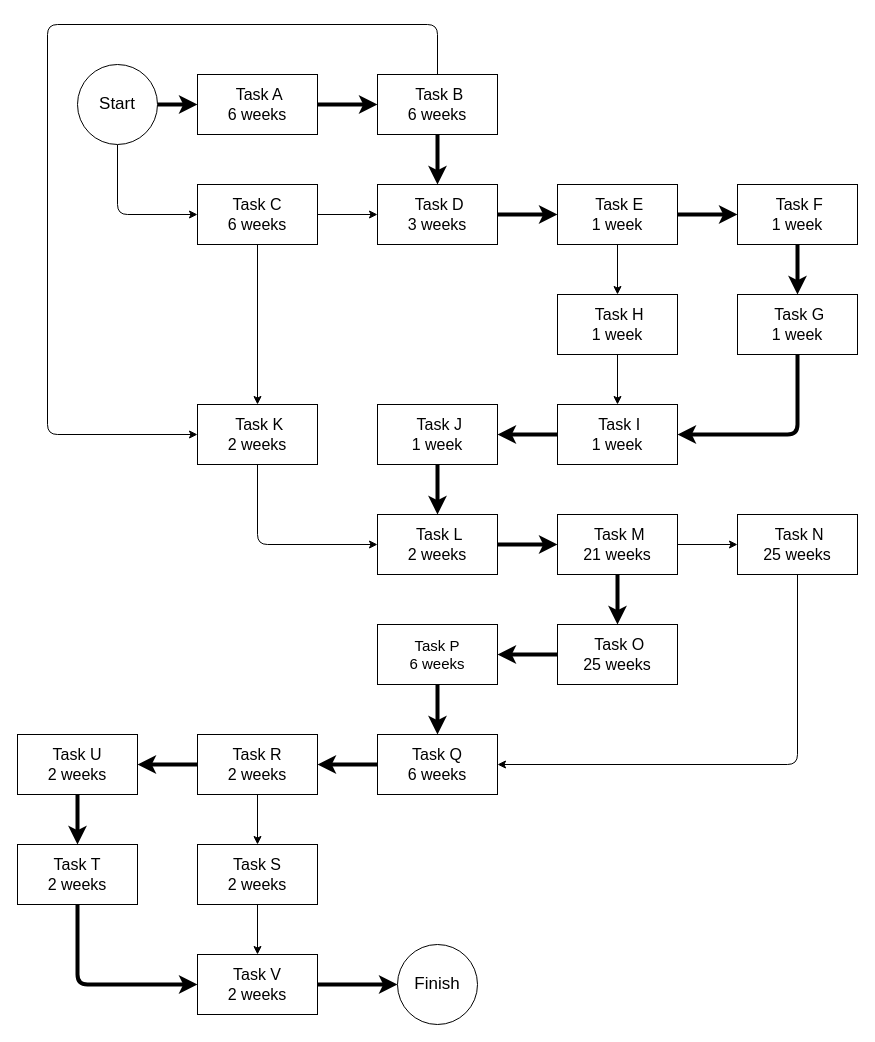
This is DOCS/Diagrams/drawio/Critical Path Method.drawio from alexxGmZ/MenuMaApp, a draw.io file, before an edit. Source tidied: cells renumbered, new cells numbered last; positions are measured from the earlier drawing's top-left corner, leaving out a move shared by most shapes. Both pictures are drawn from the tidied source at 100%, with x=0, y=0 at pixel (17, 24).
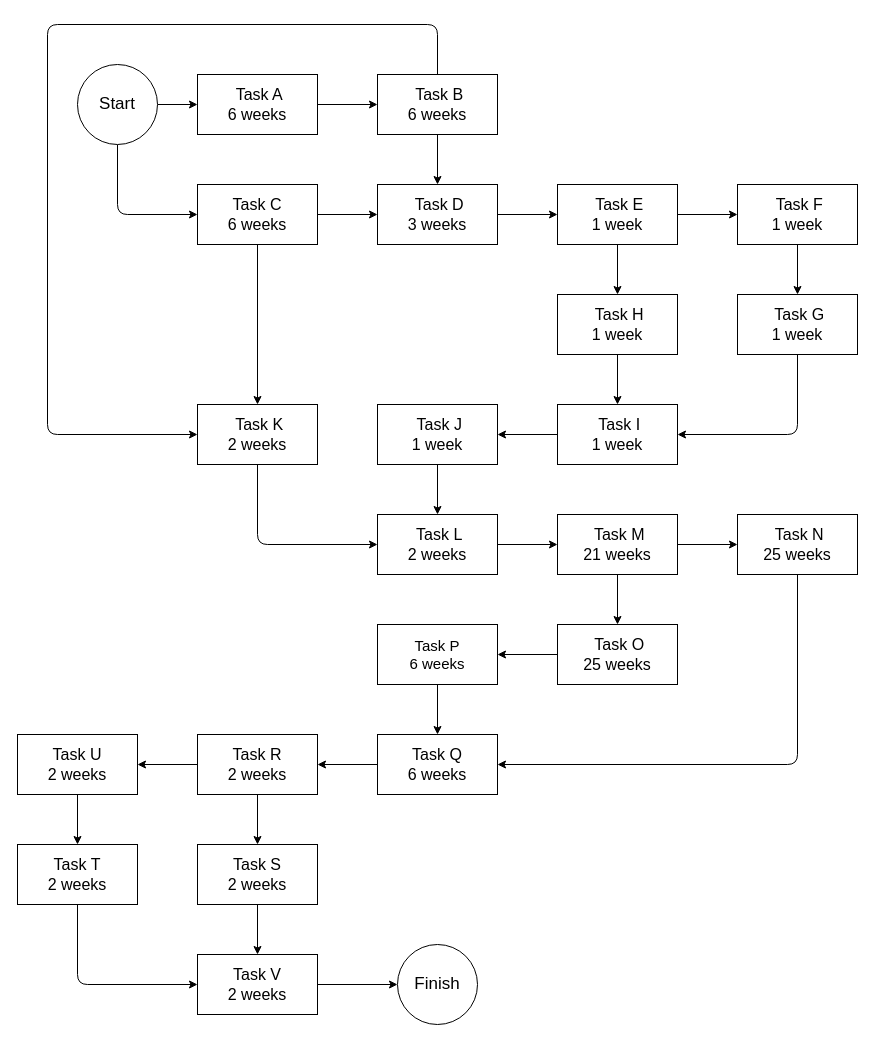
After the change.

Commit message:
diagram(cpm): revert line width to 1

The change refers to these unchanged cells:
```xml
<mxCell id="4" value="&lt;font style=&quot;font-size: 17px;&quot;&gt;Start&lt;/font&gt;" style="ellipse;whiteSpace=wrap;html=1;" parent="1" vertex="1">
  <mxGeometry x="60" y="40" width="80" height="80" as="geometry" />
</mxCell>
<mxCell id="5" value="&lt;font style=&quot;font-size: 17px;&quot;&gt;Finish&lt;/font&gt;" style="ellipse;whiteSpace=wrap;html=1;" parent="1" vertex="1">
  <mxGeometry x="380" y="920" width="80" height="80" as="geometry" />
</mxCell>
<mxCell id="7" value="&amp;nbsp;Task A&lt;br style=&quot;font-size: 16px;&quot;&gt;6 weeks" style="rounded=0;whiteSpace=wrap;html=1;fontSize=16;" parent="1" vertex="1">
  <mxGeometry x="180" y="50" width="120" height="60" as="geometry" />
</mxCell>
<mxCell id="13" value="&amp;nbsp;Task B&lt;br style=&quot;font-size: 16px;&quot;&gt;6 weeks" style="rounded=0;whiteSpace=wrap;html=1;fontSize=16;" parent="1" vertex="1">
  <mxGeometry x="360" y="50" width="120" height="60" as="geometry" />
</mxCell>
<mxCell id="15" value="&amp;nbsp;Task D&lt;br style=&quot;font-size: 16px;&quot;&gt;3 weeks" style="rounded=0;whiteSpace=wrap;html=1;fontSize=16;" parent="1" vertex="1">
  <mxGeometry x="360" y="160" width="120" height="60" as="geometry" />
</mxCell>
<mxCell id="18" value="&amp;nbsp;Task E&lt;br style=&quot;font-size: 16px;&quot;&gt;1 week" style="rounded=0;whiteSpace=wrap;html=1;fontSize=16;" parent="1" vertex="1">
  <mxGeometry x="540" y="160" width="120" height="60" as="geometry" />
</mxCell>
<mxCell id="20" value="&amp;nbsp;Task F&lt;br style=&quot;font-size: 16px;&quot;&gt;1 week" style="rounded=0;whiteSpace=wrap;html=1;fontSize=16;" parent="1" vertex="1">
  <mxGeometry x="720" y="160" width="120" height="60" as="geometry" />
</mxCell>
<mxCell id="22" value="&amp;nbsp;Task G&lt;br style=&quot;font-size: 16px;&quot;&gt;1 week" style="rounded=0;whiteSpace=wrap;html=1;fontSize=16;" parent="1" vertex="1">
  <mxGeometry x="720" y="270" width="120" height="60" as="geometry" />
</mxCell>
<mxCell id="26" value="&amp;nbsp;Task I&lt;br style=&quot;font-size: 16px;&quot;&gt;1 week" style="rounded=0;whiteSpace=wrap;html=1;fontSize=16;" parent="1" vertex="1">
  <mxGeometry x="540" y="380" width="120" height="60" as="geometry" />
</mxCell>
<mxCell id="28" value="&amp;nbsp;Task J&lt;br style=&quot;font-size: 16px;&quot;&gt;1 week" style="rounded=0;whiteSpace=wrap;html=1;fontSize=16;" parent="1" vertex="1">
  <mxGeometry x="360" y="380" width="120" height="60" as="geometry" />
</mxCell>
<mxCell id="32" value="&amp;nbsp;Task L&lt;br style=&quot;font-size: 16px;&quot;&gt;2 weeks" style="rounded=0;whiteSpace=wrap;html=1;fontSize=16;" parent="1" vertex="1">
  <mxGeometry x="360" y="490" width="120" height="60" as="geometry" />
</mxCell>
<mxCell id="35" value="&amp;nbsp;Task M&lt;br style=&quot;font-size: 16px;&quot;&gt;21 weeks" style="rounded=0;whiteSpace=wrap;html=1;fontSize=16;" parent="1" vertex="1">
  <mxGeometry x="540" y="490" width="120" height="60" as="geometry" />
</mxCell>
<mxCell id="39" value="&amp;nbsp;Task O&lt;br style=&quot;font-size: 16px;&quot;&gt;25 weeks" style="rounded=0;whiteSpace=wrap;html=1;fontSize=16;" parent="1" vertex="1">
  <mxGeometry x="540" y="600" width="120" height="60" as="geometry" />
</mxCell>
<mxCell id="41" value="&lt;font style=&quot;font-size: 15px;&quot;&gt;Task P&lt;br&gt;6 weeks&lt;/font&gt;" style="rounded=0;whiteSpace=wrap;html=1;" parent="1" vertex="1">
  <mxGeometry x="360" y="600" width="120" height="60" as="geometry" />
</mxCell>
<mxCell id="43" value="&lt;span style=&quot;font-size: 16px;&quot;&gt;Task Q&lt;br&gt;6 weeks&lt;br&gt;&lt;/span&gt;" style="rounded=0;whiteSpace=wrap;html=1;" parent="1" vertex="1">
  <mxGeometry x="360" y="710" width="120" height="60" as="geometry" />
</mxCell>
<mxCell id="46" value="&lt;font style=&quot;font-size: 16px;&quot;&gt;Task R&lt;br&gt;2 weeks&lt;/font&gt;" style="rounded=0;whiteSpace=wrap;html=1;" parent="1" vertex="1">
  <mxGeometry x="180" y="710" width="120" height="60" as="geometry" />
</mxCell>
<mxCell id="50" value="&lt;font style=&quot;font-size: 16px;&quot;&gt;Task T&lt;br&gt;2 weeks&lt;/font&gt;" style="rounded=0;whiteSpace=wrap;html=1;" parent="1" vertex="1">
  <mxGeometry y="820" width="120" height="60" as="geometry" />
</mxCell>
<mxCell id="52" value="&lt;font style=&quot;font-size: 16px;&quot;&gt;Task U&lt;br&gt;2 weeks&lt;/font&gt;" style="rounded=0;whiteSpace=wrap;html=1;" parent="1" vertex="1">
  <mxGeometry y="710" width="120" height="60" as="geometry" />
</mxCell>
<mxCell id="54" value="&lt;font style=&quot;font-size: 16px;&quot;&gt;Task V&lt;br&gt;2 weeks&lt;/font&gt;" style="rounded=0;whiteSpace=wrap;html=1;" parent="1" vertex="1">
  <mxGeometry x="180" y="930" width="120" height="60" as="geometry" />
</mxCell>
```

What changed in the source:
```diff
@@
-    <mxCell id="2" style="edgeStyle=none;html=1;exitX=1;exitY=0.5;exitDx=0;exitDy=0;entryX=0;entryY=0.5;entryDx=0;entryDy=0;strokeWidth=4;" parent="1" edge="1" source="4" target="7">
+    <mxCell id="2" style="edgeStyle=none;html=1;exitX=1;exitY=0.5;exitDx=0;exitDy=0;entryX=0;entryY=0.5;entryDx=0;entryDy=0;strokeWidth=1;" parent="1" edge="1" source="4" target="7">
       <mxGeometry relative="1" as="geometry" />
     </mxCell>
@@
-    <mxCell id="6" style="edgeStyle=none;html=1;exitX=1;exitY=0.5;exitDx=0;exitDy=0;strokeWidth=4;" parent="1" edge="1" source="7" target="13">
+    <mxCell id="6" style="edgeStyle=none;html=1;exitX=1;exitY=0.5;exitDx=0;exitDy=0;strokeWidth=1;" parent="1" edge="1" source="7" target="13">
       <mxGeometry relative="1" as="geometry" />
     </mxCell>
@@
-    <mxCell id="11" style="edgeStyle=none;html=1;exitX=0.5;exitY=1;exitDx=0;exitDy=0;entryX=0.5;entryY=0;entryDx=0;entryDy=0;strokeWidth=4;" parent="1" edge="1" source="13" target="15">
+    <mxCell id="11" style="edgeStyle=none;html=1;exitX=0.5;exitY=1;exitDx=0;exitDy=0;entryX=0.5;entryY=0;entryDx=0;entryDy=0;strokeWidth=1;" parent="1" edge="1" source="13" target="15">
       <mxGeometry relative="1" as="geometry" />
     </mxCell>
@@
-    <mxCell id="14" style="edgeStyle=none;html=1;exitX=1;exitY=0.5;exitDx=0;exitDy=0;strokeWidth=4;" parent="1" edge="1" source="15" target="18">
+    <mxCell id="14" style="edgeStyle=none;html=1;exitX=1;exitY=0.5;exitDx=0;exitDy=0;strokeWidth=1;" parent="1" edge="1" source="15" target="18">
       <mxGeometry relative="1" as="geometry" />
     </mxCell>
@@
-    <mxCell id="16" style="edgeStyle=none;html=1;exitX=1;exitY=0.5;exitDx=0;exitDy=0;entryX=0;entryY=0.5;entryDx=0;entryDy=0;strokeWidth=4;" parent="1" edge="1" source="18" target="20">
+    <mxCell id="16" style="edgeStyle=none;html=1;exitX=1;exitY=0.5;exitDx=0;exitDy=0;entryX=0;entryY=0.5;entryDx=0;entryDy=0;strokeWidth=1;" parent="1" edge="1" source="18" target="20">
       <mxGeometry relative="1" as="geometry" />
     </mxCell>
@@
-    <mxCell id="19" style="edgeStyle=none;html=1;exitX=0.5;exitY=1;exitDx=0;exitDy=0;entryX=0.5;entryY=0;entryDx=0;entryDy=0;strokeWidth=4;" parent="1" edge="1" source="20" target="22">
+    <mxCell id="19" style="edgeStyle=none;html=1;exitX=0.5;exitY=1;exitDx=0;exitDy=0;entryX=0.5;entryY=0;entryDx=0;entryDy=0;strokeWidth=1;" parent="1" edge="1" source="20" target="22">
       <mxGeometry relative="1" as="geometry" />
     </mxCell>
@@
-    <mxCell id="21" style="edgeStyle=none;html=1;exitX=0.5;exitY=1;exitDx=0;exitDy=0;entryX=1;entryY=0.5;entryDx=0;entryDy=0;strokeWidth=4;" parent="1" edge="1" source="22" target="26">
+    <mxCell id="21" style="edgeStyle=none;html=1;exitX=0.5;exitY=1;exitDx=0;exitDy=0;entryX=1;entryY=0.5;entryDx=0;entryDy=0;strokeWidth=1;" parent="1" edge="1" source="22" target="26">
       <mxGeometry relative="1" as="geometry">
         <Array as="points">
           <mxPoint x="780" y="410" />
         </Array>
       </mxGeometry>
     </mxCell>
@@
-    <mxCell id="25" style="edgeStyle=none;html=1;exitX=0;exitY=0.5;exitDx=0;exitDy=0;entryX=1;entryY=0.5;entryDx=0;entryDy=0;strokeWidth=4;" parent="1" edge="1" source="26" target="28">
+    <mxCell id="25" style="edgeStyle=none;html=1;exitX=0;exitY=0.5;exitDx=0;exitDy=0;entryX=1;entryY=0.5;entryDx=0;entryDy=0;strokeWidth=1;" parent="1" edge="1" source="26" target="28">
       <mxGeometry relative="1" as="geometry" />
     </mxCell>
@@
-    <mxCell id="27" style="edgeStyle=none;html=1;exitX=0.5;exitY=1;exitDx=0;exitDy=0;entryX=0.5;entryY=0;entryDx=0;entryDy=0;strokeWidth=4;" parent="1" edge="1" source="28" target="32">
+    <mxCell id="27" style="edgeStyle=none;html=1;exitX=0.5;exitY=1;exitDx=0;exitDy=0;entryX=0.5;entryY=0;entryDx=0;entryDy=0;strokeWidth=1;" parent="1" edge="1" source="28" target="32">
       <mxGeometry relative="1" as="geometry" />
     </mxCell>
@@
-    <mxCell id="31" style="edgeStyle=none;html=1;exitX=1;exitY=0.5;exitDx=0;exitDy=0;entryX=0;entryY=0.5;entryDx=0;entryDy=0;strokeWidth=4;" parent="1" edge="1" source="32" target="35">
+    <mxCell id="31" style="edgeStyle=none;html=1;exitX=1;exitY=0.5;exitDx=0;exitDy=0;entryX=0;entryY=0.5;entryDx=0;entryDy=0;strokeWidth=1;" parent="1" edge="1" source="32" target="35">
       <mxGeometry relative="1" as="geometry" />
     </mxCell>
@@
-    <mxCell id="34" style="edgeStyle=none;html=1;exitX=0.5;exitY=1;exitDx=0;exitDy=0;fontSize=14;strokeWidth=4;" parent="1" edge="1" source="35" target="39">
+    <mxCell id="34" style="edgeStyle=none;html=1;exitX=0.5;exitY=1;exitDx=0;exitDy=0;fontSize=14;strokeWidth=1;" parent="1" edge="1" source="35" target="39">
       <mxGeometry relative="1" as="geometry" />
     </mxCell>
@@
-    <mxCell id="38" style="edgeStyle=none;html=1;exitX=0;exitY=0.5;exitDx=0;exitDy=0;entryX=1;entryY=0.5;entryDx=0;entryDy=0;fontSize=14;strokeWidth=4;" parent="1" edge="1" source="39" target="41">
+    <mxCell id="38" style="edgeStyle=none;html=1;exitX=0;exitY=0.5;exitDx=0;exitDy=0;entryX=1;entryY=0.5;entryDx=0;entryDy=0;fontSize=14;strokeWidth=1;" parent="1" edge="1" source="39" target="41">
       <mxGeometry relative="1" as="geometry" />
     </mxCell>
@@
-    <mxCell id="40" style="edgeStyle=none;html=1;exitX=0.5;exitY=1;exitDx=0;exitDy=0;entryX=0.5;entryY=0;entryDx=0;entryDy=0;fontSize=14;strokeWidth=4;" parent="1" edge="1" source="41" target="43">
+    <mxCell id="40" style="edgeStyle=none;html=1;exitX=0.5;exitY=1;exitDx=0;exitDy=0;entryX=0.5;entryY=0;entryDx=0;entryDy=0;fontSize=14;strokeWidth=1;" parent="1" edge="1" source="41" target="43">
       <mxGeometry relative="1" as="geometry" />
     </mxCell>
@@
-    <mxCell id="42" style="edgeStyle=none;html=1;exitX=0;exitY=0.5;exitDx=0;exitDy=0;entryX=1;entryY=0.5;entryDx=0;entryDy=0;fontSize=14;strokeWidth=4;" parent="1" edge="1" source="43" target="46">
+    <mxCell id="42" style="edgeStyle=none;html=1;exitX=0;exitY=0.5;exitDx=0;exitDy=0;entryX=1;entryY=0.5;entryDx=0;entryDy=0;fontSize=14;strokeWidth=1;" parent="1" edge="1" source="43" target="46">
       <mxGeometry relative="1" as="geometry" />
     </mxCell>
@@
-    <mxCell id="45" style="edgeStyle=none;html=1;exitX=0;exitY=0.5;exitDx=0;exitDy=0;entryX=1;entryY=0.5;entryDx=0;entryDy=0;fontSize=14;strokeWidth=4;" parent="1" edge="1" source="46" target="52">
+    <mxCell id="45" style="edgeStyle=none;html=1;exitX=0;exitY=0.5;exitDx=0;exitDy=0;entryX=1;entryY=0.5;entryDx=0;entryDy=0;fontSize=14;strokeWidth=1;" parent="1" edge="1" source="46" target="52">
       <mxGeometry relative="1" as="geometry" />
     </mxCell>
@@
-    <mxCell id="49" style="edgeStyle=none;html=1;exitX=0.5;exitY=1;exitDx=0;exitDy=0;entryX=0;entryY=0.5;entryDx=0;entryDy=0;fontSize=14;strokeWidth=4;" parent="1" edge="1" source="50" target="54">
+    <mxCell id="49" style="edgeStyle=none;html=1;exitX=0.5;exitY=1;exitDx=0;exitDy=0;entryX=0;entryY=0.5;entryDx=0;entryDy=0;fontSize=14;strokeWidth=1;" parent="1" edge="1" source="50" target="54">
       <mxGeometry relative="1" as="geometry">
         <Array as="points">
           <mxPoint x="60" y="960" />
         </Array>
       </mxGeometry>
     </mxCell>
@@
-    <mxCell id="51" style="edgeStyle=none;html=1;exitX=0.5;exitY=1;exitDx=0;exitDy=0;entryX=0.5;entryY=0;entryDx=0;entryDy=0;fontSize=14;strokeWidth=4;" parent="1" edge="1" source="52" target="50">
+    <mxCell id="51" style="edgeStyle=none;html=1;exitX=0.5;exitY=1;exitDx=0;exitDy=0;entryX=0.5;entryY=0;entryDx=0;entryDy=0;fontSize=14;strokeWidth=1;" parent="1" edge="1" source="52" target="50">
       <mxGeometry relative="1" as="geometry" />
     </mxCell>
@@
-    <mxCell id="53" style="edgeStyle=none;html=1;exitX=1;exitY=0.5;exitDx=0;exitDy=0;entryX=0;entryY=0.5;entryDx=0;entryDy=0;fontSize=14;strokeWidth=4;" parent="1" edge="1" source="54" target="5">
+    <mxCell id="53" style="edgeStyle=none;html=1;exitX=1;exitY=0.5;exitDx=0;exitDy=0;entryX=0;entryY=0.5;entryDx=0;entryDy=0;fontSize=14;strokeWidth=1;" parent="1" edge="1" source="54" target="5">
       <mxGeometry relative="1" as="geometry" />
     </mxCell>
```
